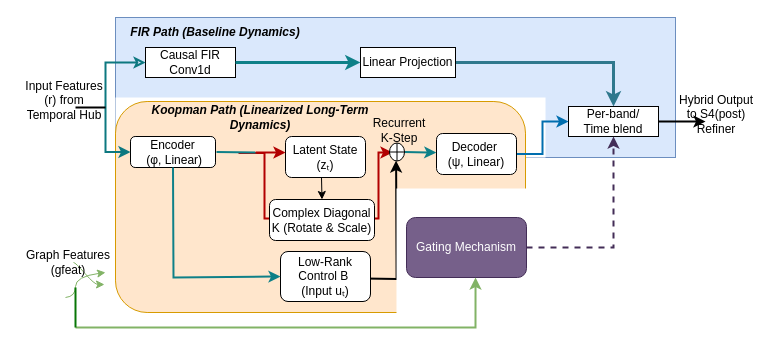
drchk/Timeseries_fuction keeps this draw.io diagram as src/Kopame.drawio. Above is the earlier version. Source tidied: cells renumbered, new cells numbered last; positions are measured from the earlier drawing's top-left corner, leaving out a move shared by most shapes. Both pictures are drawn from the tidied source at 100%, with x=0, y=0 at pixel (19, 17).
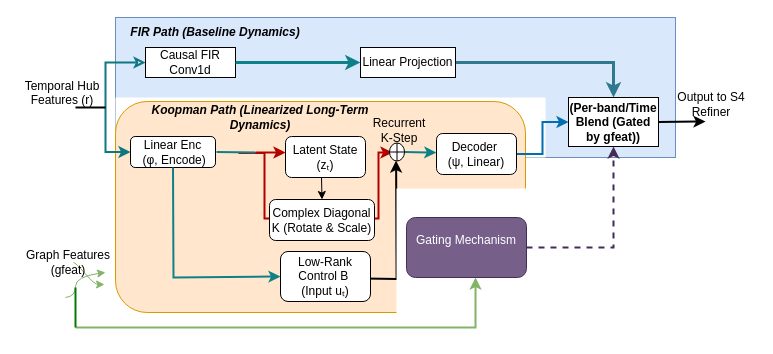
After the change.

What changed in the source:
```diff
@@
-    <mxCell id="7" value="Per-band/&lt;div&gt;Time blend&lt;/div&gt;" style="rounded=0;whiteSpace=wrap;html=1;" parent="1" vertex="1">
-      <mxGeometry x="549" y="89" width="90" height="30" as="geometry" />
+    <mxCell id="7" value="&lt;span&gt;&lt;b style=&quot;&quot;&gt;&lt;font style=&quot;color: rgb(0, 0, 0);&quot;&gt;(Per-band/Time Blend (Gated by gfeat))&lt;/font&gt;&lt;/b&gt;&lt;/span&gt;" style="rounded=0;whiteSpace=wrap;html=1;" parent="1" vertex="1">
+      <mxGeometry x="549" y="80" width="90" height="49" as="geometry" />
     </mxCell>
@@
-    <mxCell id="12" value="Encoder&lt;div&gt;&amp;nbsp;(φ, Linear)&lt;/div&gt;" style="rounded=1;whiteSpace=wrap;html=1;" parent="1" vertex="1">
+    <mxCell id="12" value="Linear Enc&lt;div&gt;&amp;nbsp;(φ, Encode)&lt;/div&gt;" style="rounded=1;whiteSpace=wrap;html=1;" parent="1" vertex="1">
       <mxGeometry x="111" y="119" width="85" height="31" as="geometry" />
     </mxCell>
@@
-    <mxCell id="22" value="Gating Mechanism" style="rounded=1;whiteSpace=wrap;html=1;fillColor=#76608a;fontColor=#ffffff;strokeColor=#432D57;" parent="1" vertex="1">
+    <mxCell id="22" value="Gating Mechanism&lt;div&gt;&lt;br&gt;&lt;/div&gt;" style="rounded=1;whiteSpace=wrap;html=1;fillColor=#76608a;fontColor=#ffffff;strokeColor=#432D57;" parent="1" vertex="1">
       <mxGeometry x="387" y="200" width="120" height="60" as="geometry" />
     </mxCell>
@@
-    <mxCell id="25" value="Input Features (r) from Temporal Hub" style="text;html=1;whiteSpace=wrap;strokeColor=none;fillColor=none;align=center;verticalAlign=middle;rounded=0;" parent="1" vertex="1">
-      <mxGeometry y="63" width="90" height="40" as="geometry" />
+    <mxCell id="25" value="Temporal Hub Features (r)&lt;div&gt;&amp;nbsp;&lt;/div&gt;" style="text;html=1;whiteSpace=wrap;strokeColor=none;fillColor=none;align=center;verticalAlign=middle;rounded=0;" parent="1" vertex="1">
+      <mxGeometry x="-2" y="63" width="90" height="40" as="geometry" />
     </mxCell>
@@
-    <mxCell id="36" value="Hybrid Output to S4(post) Refiner" style="text;html=1;whiteSpace=wrap;strokeColor=none;fillColor=none;align=center;verticalAlign=middle;rounded=0;" parent="1" vertex="1">
-      <mxGeometry x="657" y="82" width="80" height="30" as="geometry" />
+    <mxCell id="36" value="Output to S4 Refiner" style="text;html=1;whiteSpace=wrap;strokeColor=none;fillColor=none;align=center;verticalAlign=middle;rounded=0;" parent="1" vertex="1">
+      <mxGeometry x="652" y="72" width="80" height="30" as="geometry" />
     </mxCell>
```
